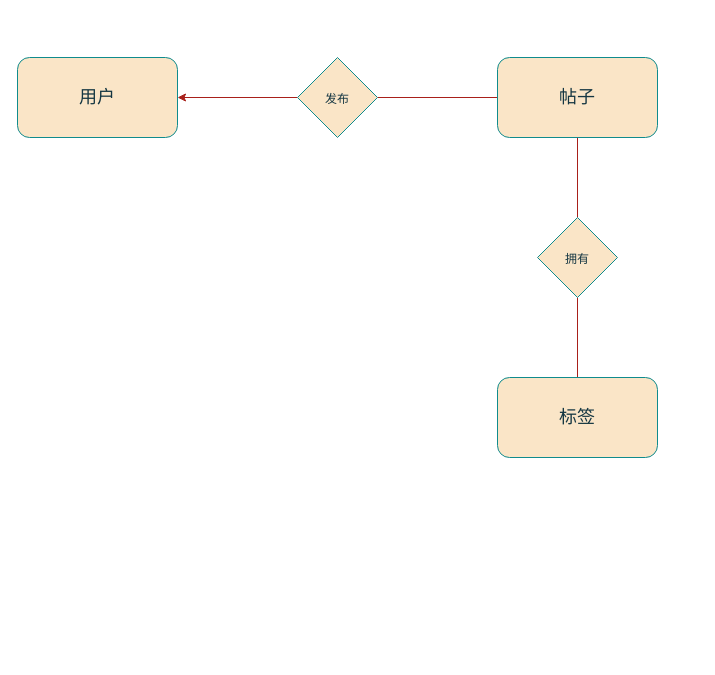
msqtt/Sources keeps this draw.io diagram as map/minihubER.drawio. Above is the earlier version. Source tidied: cells renumbered, new cells numbered last; positions are measured from the earlier drawing's top-left corner, leaving out a move shared by most shapes. Both pictures are drawn from the tidied source at 100%, with x=0, y=0 at pixel (17, 57).
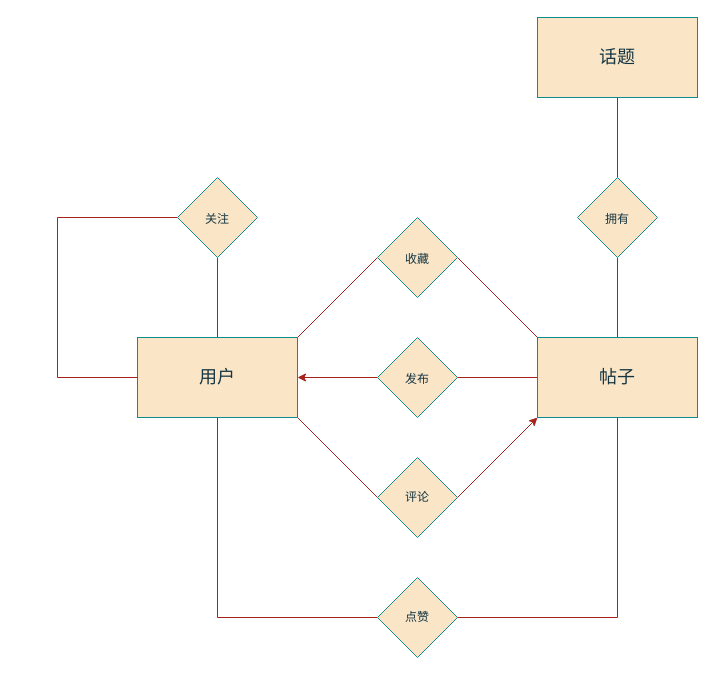
Above is the later version.

Diff of the diagram source:
```diff
@@
-    <mxCell id="4" style="edgeStyle=orthogonalEdgeStyle;rounded=0;jettySize=auto;html=1;strokeColor=#A8201A;fontColor=#143642;fillColor=#FAE5C7;exitX=0.5;exitY=1;exitDx=0;exitDy=0;endArrow=none;endFill=0;" parent="1" edge="1" source="10" target="7">
+    <mxCell id="4" style="edgeStyle=orthogonalEdgeStyle;rounded=0;jettySize=auto;html=1;strokeColor=#A8201A;fontColor=#143642;fillColor=#FAE5C7;exitX=0.5;exitY=0;exitDx=0;exitDy=0;endArrow=none;endFill=0;" parent="1" edge="1" source="10" target="7">
       <mxGeometry relative="1" as="geometry" />
     </mxCell>
     <mxCell id="5" value="&lt;font style=&quot;font-size: 12px;&quot;&gt;发布&lt;/font&gt;" style="rhombus;whiteSpace=wrap;html=1;fontSize=18;fillColor=#FAE5C7;strokeColor=#0F8B8D;fontColor=#143642;labelBackgroundColor=none;" parent="1" vertex="1">
-      <mxGeometry x="280" width="80" height="80" as="geometry" />
+      <mxGeometry x="360" y="280" width="80" height="80" as="geometry" />
     </mxCell>
-    <mxCell id="6" style="edgeStyle=orthogonalEdgeStyle;rounded=0;jettySize=auto;html=1;strokeColor=#A8201A;fontColor=#143642;fillColor=#FAE5C7;entryX=0.5;entryY=0;entryDx=0;entryDy=0;endArrow=none;endFill=0;" parent="1" edge="1" source="7" target="9">
+    <mxCell id="6" style="edgeStyle=orthogonalEdgeStyle;rounded=0;jettySize=auto;html=1;strokeColor=#A8201A;fontColor=#143642;fillColor=#FAE5C7;entryX=0.5;entryY=1;entryDx=0;entryDy=0;endArrow=none;endFill=0;exitX=0.5;exitY=0;exitDx=0;exitDy=0;" parent="1" edge="1" source="7" target="9">
       <mxGeometry relative="1" as="geometry" />
     </mxCell>
     <mxCell id="7" value="&lt;font style=&quot;font-size: 12px;&quot;&gt;拥有&lt;/font&gt;" style="rhombus;whiteSpace=wrap;html=1;fontSize=18;fillColor=#FAE5C7;strokeColor=#0F8B8D;fontColor=#143642;labelBackgroundColor=none;" parent="1" vertex="1">
-      <mxGeometry x="520" y="160" width="80" height="80" as="geometry" />
+      <mxGeometry x="560" y="120" width="80" height="80" as="geometry" />
     </mxCell>
+    <mxCell id="11" style="rounded=0;jettySize=auto;html=1;entryX=0;entryY=0.5;entryDx=0;entryDy=0;strokeColor=#A8201A;fontColor=#143642;fillColor=#FAE5C7;exitX=1;exitY=1;exitDx=0;exitDy=0;endArrow=none;endFill=0;" parent="1" edge="1" source="8" target="16">
+      <mxGeometry relative="1" as="geometry" />
+    </mxCell>
+    <mxCell id="12" style="rounded=0;jettySize=auto;html=1;entryX=0;entryY=0.5;entryDx=0;entryDy=0;strokeColor=#A8201A;fontColor=#143642;fillColor=#FAE5C7;exitX=0.5;exitY=1;exitDx=0;exitDy=0;edgeStyle=orthogonalEdgeStyle;endArrow=none;endFill=0;" parent="1" edge="1" source="8" target="18">
+      <mxGeometry relative="1" as="geometry" />
+    </mxCell>
+    <mxCell id="13" style="rounded=0;jettySize=auto;html=1;entryX=1;entryY=0;entryDx=0;entryDy=0;strokeColor=#A8201A;fontColor=#143642;fillColor=#FAE5C7;exitX=0;exitY=0.5;exitDx=0;exitDy=0;endArrow=none;endFill=0;" parent="1" edge="1" source="20" target="8">
+      <mxGeometry relative="1" as="geometry" />
+    </mxCell>
+    <mxCell id="14" style="edgeStyle=orthogonalEdgeStyle;rounded=0;jettySize=auto;html=1;entryX=0.5;entryY=1;entryDx=0;entryDy=0;strokeColor=#A8201A;fontColor=#143642;fillColor=#FAE5C7;endArrow=none;endFill=0;" parent="1" edge="1" source="8" target="22">
+      <mxGeometry relative="1" as="geometry" />
+    </mxCell>
-    <mxCell id="8" value="&lt;font style=&quot;font-size: 18px;&quot;&gt;用户&lt;/font&gt;" style="rounded=1;whiteSpace=wrap;html=1;strokeColor=#0F8B8D;fontColor=#143642;fillColor=#FAE5C7;" parent="1" vertex="1">
-      <mxGeometry width="160" height="80" as="geometry" />
+    <mxCell id="8" value="&lt;font style=&quot;font-size: 18px;&quot;&gt;用户&lt;/font&gt;" style="rounded=0;whiteSpace=wrap;html=1;strokeColor=#0F8B8D;fontColor=#143642;fillColor=#FAE5C7;" parent="1" vertex="1">
+      <mxGeometry x="120" y="280" width="160" height="80" as="geometry" />
     </mxCell>
-    <mxCell id="9" value="标签" style="rounded=1;whiteSpace=wrap;html=1;strokeColor=#0F8B8D;fontColor=#143642;fillColor=#FAE5C7;fontSize=18;" parent="1" vertex="1">
-      <mxGeometry x="480" y="320" width="160" height="80" as="geometry" />
+    <mxCell id="9" value="话题" style="rounded=0;whiteSpace=wrap;html=1;strokeColor=#0F8B8D;fontColor=#143642;fillColor=#FAE5C7;fontSize=18;" parent="1" vertex="1">
+      <mxGeometry x="520" y="-40" width="160" height="80" as="geometry" />
     </mxCell>
-    <mxCell id="10" value="帖子" style="rounded=1;whiteSpace=wrap;html=1;strokeColor=#0F8B8D;fontColor=#143642;fillColor=#FAE5C7;fontSize=18;" parent="1" vertex="1">
-      <mxGeometry x="480" width="160" height="80" as="geometry" />
+    <mxCell id="10" value="帖子" style="rounded=0;whiteSpace=wrap;html=1;strokeColor=#0F8B8D;fontColor=#143642;fillColor=#FAE5C7;fontSize=18;" parent="1" vertex="1">
+      <mxGeometry x="520" y="280" width="160" height="80" as="geometry" />
     </mxCell>
+    <mxCell id="15" style="rounded=0;jettySize=auto;html=1;entryX=0;entryY=1;entryDx=0;entryDy=0;strokeColor=#A8201A;fontColor=#143642;fillColor=#FAE5C7;exitX=1;exitY=0.5;exitDx=0;exitDy=0;" parent="1" edge="1" source="16" target="10">
+      <mxGeometry relative="1" as="geometry" />
+    </mxCell>
+    <mxCell id="16" value="评论" style="rhombus;whiteSpace=wrap;html=1;fontSize=12;fillColor=#FAE5C7;strokeColor=#0F8B8D;fontColor=#143642;labelBackgroundColor=none;" parent="1" vertex="1">
+      <mxGeometry x="360" y="400" width="80" height="80" as="geometry" />
+    </mxCell>
+    <mxCell id="17" style="edgeStyle=orthogonalEdgeStyle;rounded=0;jettySize=auto;html=1;entryX=0.5;entryY=1;entryDx=0;entryDy=0;strokeColor=#A8201A;fontColor=#143642;fillColor=#FAE5C7;endArrow=none;endFill=0;" parent="1" edge="1" source="18" target="10">
+      <mxGeometry relative="1" as="geometry" />
+    </mxCell>
+    <mxCell id="18" value="点赞" style="rhombus;whiteSpace=wrap;html=1;fontSize=12;fillColor=#FAE5C7;strokeColor=#0F8B8D;fontColor=#143642;labelBackgroundColor=none;" parent="1" vertex="1">
+      <mxGeometry x="360" y="520" width="80" height="80" as="geometry" />
+    </mxCell>
+    <mxCell id="19" style="rounded=0;jettySize=auto;html=1;entryX=0;entryY=0;entryDx=0;entryDy=0;strokeColor=#A8201A;fontColor=#143642;fillColor=#FAE5C7;exitX=1;exitY=0.5;exitDx=0;exitDy=0;endArrow=none;endFill=0;" parent="1" edge="1" source="20" target="10">
+      <mxGeometry relative="1" as="geometry" />
+    </mxCell>
+    <mxCell id="20" value="&lt;font style=&quot;font-size: 12px;&quot;&gt;收藏&lt;/font&gt;" style="rhombus;whiteSpace=wrap;html=1;fontSize=18;fillColor=#FAE5C7;strokeColor=#0F8B8D;fontColor=#143642;labelBackgroundColor=none;" parent="1" vertex="1">
+      <mxGeometry x="360" y="160" width="80" height="80" as="geometry" />
+    </mxCell>
+    <mxCell id="21" style="edgeStyle=orthogonalEdgeStyle;rounded=0;jettySize=auto;html=1;entryX=0;entryY=0.5;entryDx=0;entryDy=0;strokeColor=#A8201A;fontColor=#143642;fillColor=#FAE5C7;exitX=0;exitY=0.5;exitDx=0;exitDy=0;endArrow=none;endFill=0;" parent="1" edge="1" source="22" target="8">
+      <mxGeometry relative="1" as="geometry">
+        <Array as="points">
+          <mxPoint x="40" y="160" />
+          <mxPoint x="40" y="320" />
+        </Array>
+      </mxGeometry>
+    </mxCell>
+    <mxCell id="22" value="&lt;font style=&quot;font-size: 12px;&quot;&gt;关注&lt;/font&gt;" style="rhombus;whiteSpace=wrap;html=1;fontSize=18;fillColor=#FAE5C7;strokeColor=#0F8B8D;fontColor=#143642;labelBackgroundColor=none;" parent="1" vertex="1">
+      <mxGeometry x="160" y="120" width="80" height="80" as="geometry" />
+    </mxCell>
```
